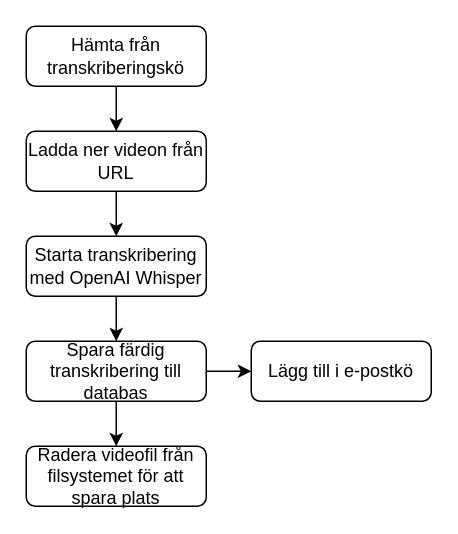
Above: docs/images/transcription-flowchart.drawio in seffradev/youtube-transcription-service (draw.io), before the change. Source tidied: cells renumbered, new cells numbered last; positions are measured from the earlier drawing's top-left corner, leaving out a move shared by most shapes. Both pictures are drawn from the tidied source at 150%, with x=0, y=0 at pixel (26, 26).
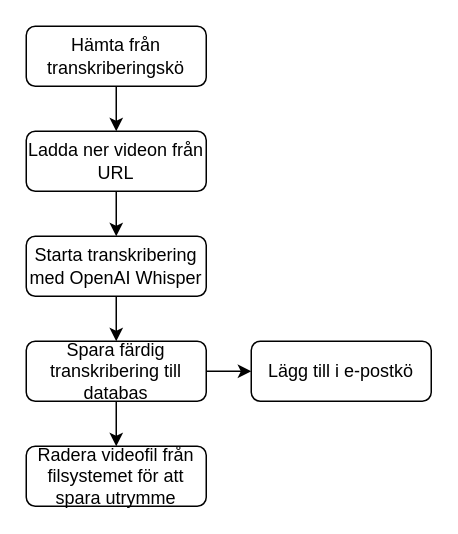
Above is the later version.

Commit message (it also covers changes not shown here):
docs(diagrams): update transcription flowchart

The edit, as a diff of the source:
```diff
@@
 <mxGraphModel>
   <root>
     <mxCell id="0" />
     <mxCell id="1" parent="0" />
     <mxCell id="2" style="edgeStyle=orthogonalEdgeStyle;rounded=0;jettySize=auto;html=1;" parent="1" edge="1" source="3" target="5">
       <mxGeometry relative="1" as="geometry" />
     </mxCell>
     <mxCell id="3" value="Hämta från transkriberingskö" style="rounded=1;whiteSpace=wrap;html=1;fontSize=12;glass=0;strokeWidth=1;shadow=0;" parent="1" vertex="1">
       <mxGeometry width="120" height="40" as="geometry" />
     </mxCell>
     <mxCell id="4" style="edgeStyle=orthogonalEdgeStyle;rounded=0;jettySize=auto;html=1;" parent="1" edge="1" source="5" target="7">
       <mxGeometry relative="1" as="geometry" />
     </mxCell>
     <mxCell id="5" value="Ladda ner videon från URL" style="rounded=1;whiteSpace=wrap;html=1;fontSize=12;glass=0;strokeWidth=1;shadow=0;" parent="1" vertex="1">
       <mxGeometry y="70" width="120" height="40" as="geometry" />
     </mxCell>
     <mxCell id="6" style="edgeStyle=orthogonalEdgeStyle;rounded=0;jettySize=auto;html=1;" parent="1" edge="1" source="7" target="10">
       <mxGeometry relative="1" as="geometry" />
     </mxCell>
     <mxCell id="7" value="Starta transkribering med OpenAI Whisper" style="rounded=1;whiteSpace=wrap;html=1;fontSize=12;glass=0;strokeWidth=1;shadow=0;" parent="1" vertex="1">
       <mxGeometry y="140" width="120" height="40" as="geometry" />
     </mxCell>
     <mxCell id="8" style="edgeStyle=orthogonalEdgeStyle;rounded=0;jettySize=auto;html=1;" parent="1" edge="1" source="10" target="11">
       <mxGeometry relative="1" as="geometry" />
     </mxCell>
     <mxCell id="9" style="edgeStyle=orthogonalEdgeStyle;rounded=0;jettySize=auto;html=1;" parent="1" edge="1" source="10" target="12">
       <mxGeometry relative="1" as="geometry" />
     </mxCell>
     <mxCell id="10" value="Spara färdig transkribering till databas" style="rounded=1;whiteSpace=wrap;html=1;fontSize=12;glass=0;strokeWidth=1;shadow=0;" parent="1" vertex="1">
       <mxGeometry y="210" width="120" height="40" as="geometry" />
     </mxCell>
-    <mxCell id="11" value="Radera videofil från filsystemet för att spara plats" style="rounded=1;whiteSpace=wrap;html=1;fontSize=12;glass=0;strokeWidth=1;shadow=0;" parent="1" vertex="1">
+    <mxCell id="11" value="Radera videofil från filsystemet för att spara utrymme" style="rounded=1;whiteSpace=wrap;html=1;fontSize=12;glass=0;strokeWidth=1;shadow=0;" parent="1" vertex="1">
       <mxGeometry y="280" width="120" height="40" as="geometry" />
     </mxCell>
     <mxCell id="12" value="Lägg till i e-postkö" style="rounded=1;whiteSpace=wrap;html=1;fontSize=12;glass=0;strokeWidth=1;shadow=0;" parent="1" vertex="1">
       <mxGeometry x="150" y="210" width="120" height="40" as="geometry" />
     </mxCell>
   </root>
 </mxGraphModel>
```
